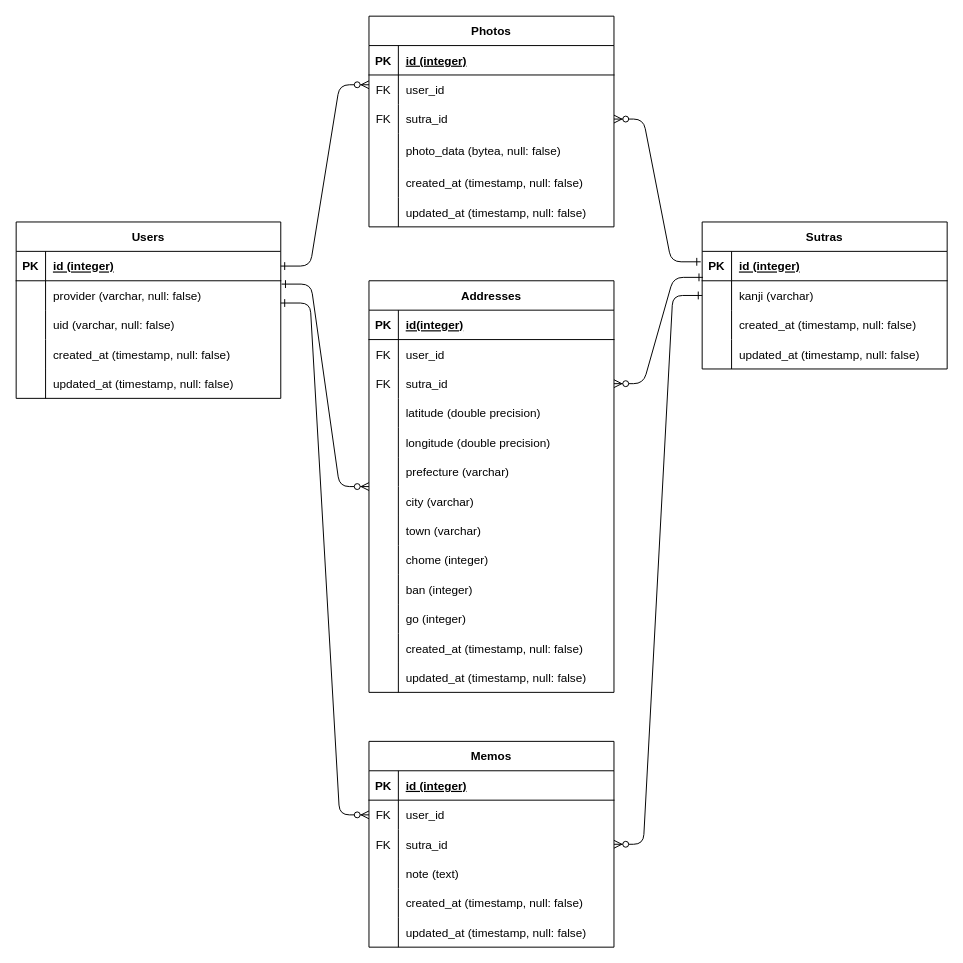
The draw.io diagram outdoor-heart-sutra.drawio in shirotamaki/entity-relationship-diagram, before the edit. Source tidied: cells renumbered, new cells numbered last; positions are measured from the earlier drawing's top-left corner, leaving out a move shared by most shapes. Both pictures are drawn from the tidied source at 98%, with x=0, y=0 at pixel (16, 16).
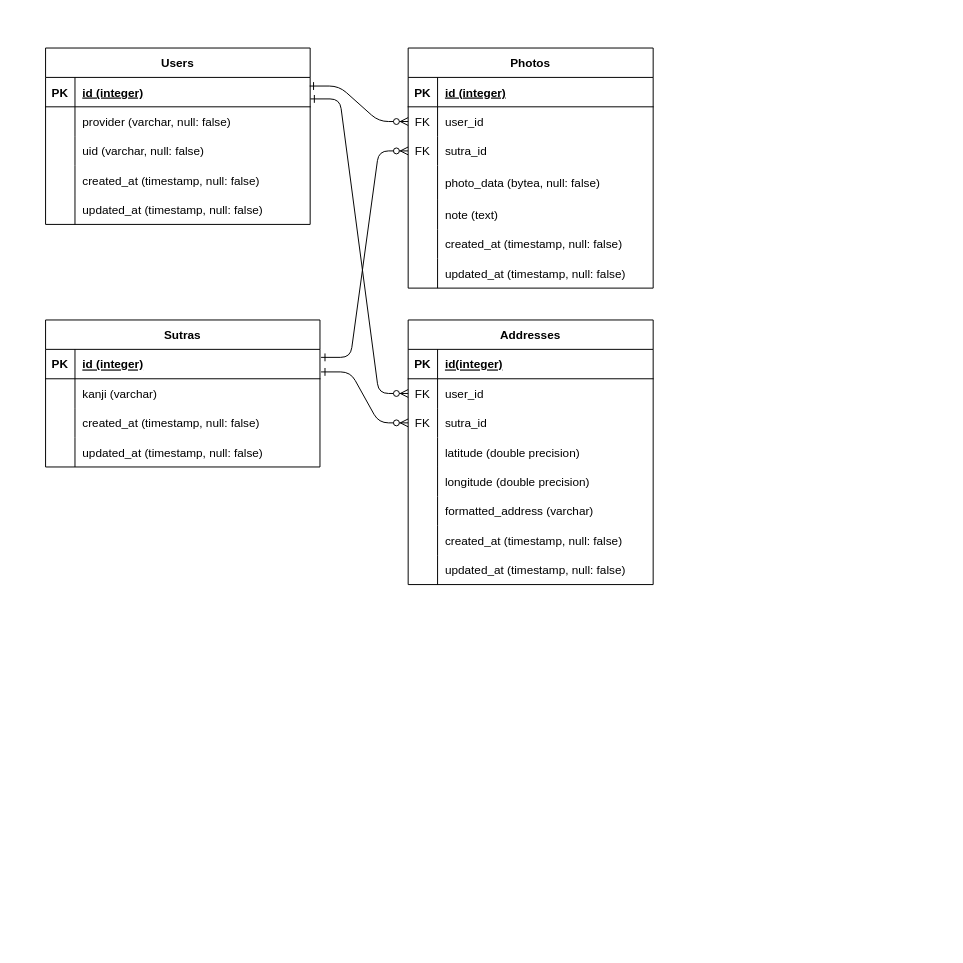
After the change.

Commit message:
outdoor-heart-sutra.drawio を更新します

The change refers to these unchanged cells:
```xml
<mxCell id="6" style="shape=partialRectangle;fillColor=none;points=[[0,0.5],[1,0.5]];portConstraint=eastwest;top=0;left=0;right=0;bottom=0;" parent="2" vertex="1">
  <mxGeometry y="60" width="250" height="30" as="geometry" />
</mxCell>
<mxCell id="9" style="shape=partialRectangle;fillColor=none;points=[[0,0.5],[1,0.5]];portConstraint=eastwest;top=0;left=0;right=0;bottom=0;" parent="2" vertex="1">
  <mxGeometry y="90" width="250" height="30" as="geometry" />
</mxCell>
<mxCell id="15" style="shape=partialRectangle;fillColor=none;top=0;left=0;right=0;bottom=0;" parent="2" vertex="1">
  <mxGeometry y="155" width="250" height="30" as="geometry" />
</mxCell>
<mxCell id="18" style="shape=partialRectangle;fillColor=none;top=0;left=0;right=0;bottom=0;" parent="2" vertex="1">
  <mxGeometry y="185" width="250" height="30" as="geometry" />
</mxCell>
<mxCell id="25" style="shape=partialRectangle;fillColor=none;points=[[0,0.5],[1,0.5]];portConstraint=eastwest;top=0;left=0;right=0;bottom=0;" parent="21" vertex="1">
  <mxGeometry y="60" width="250" height="30" as="geometry" />
</mxCell>
<mxCell id="28" style="shape=partialRectangle;fillColor=none;points=[[0,0.5],[1,0.5]];portConstraint=eastwest;top=0;left=0;right=0;bottom=0;" parent="21" vertex="1">
  <mxGeometry y="90" width="250" height="30" as="geometry" />
</mxCell>
<mxCell id="37" style="shape=partialRectangle;fillColor=none;top=0;left=0;right=0;bottom=0;" parent="21" vertex="1">
  <mxGeometry y="180" width="250" height="30" as="geometry" />
</mxCell>
<mxCell id="62" style="shape=partialRectangle;fillColor=none;points=[[0,0.5],[1,0.5]];portConstraint=eastwest;top=0;left=0;right=0;bottom=1;" parent="61" vertex="1">
  <mxGeometry y="30" width="270" height="30" as="geometry" />
</mxCell>
```

What changed in the source:
```diff
@@
     <mxCell id="2" value="Photos" style="shape=table;startSize=30;childLayout=tableLayout;rowLines=0;fontStyle=1;align=center;" parent="1" vertex="1">
-      <mxGeometry x="360" width="250" height="215" as="geometry" />
+      <mxGeometry x="400" y="32.5" width="250" height="245" as="geometry" />
     </mxCell>
@@
-    <mxCell id="17" value="created_at (timestamp, null: false)" style="shape=partialRectangle;overflow=hidden;fillColor=none;top=0;left=0;bottom=0;right=0;align=left;spacingLeft=6;" parent="15" vertex="1">
+    <mxCell id="17" value="note (text)" style="shape=partialRectangle;overflow=hidden;fillColor=none;top=0;left=0;bottom=0;right=0;align=left;spacingLeft=6;" parent="15" vertex="1">
       <mxGeometry x="30" width="220" height="30" as="geometry" />
     </mxCell>
@@
-    <mxCell id="20" value="updated_at (timestamp, null: false)" style="shape=partialRectangle;overflow=hidden;fillColor=none;top=0;left=0;bottom=0;right=0;align=left;spacingLeft=6;" parent="18" vertex="1">
+    <mxCell id="20" value="created_at (timestamp, null: false)" style="shape=partialRectangle;overflow=hidden;fillColor=none;top=0;left=0;bottom=0;right=0;align=left;spacingLeft=6;" parent="18" vertex="1">
       <mxGeometry x="30" width="220" height="30" as="geometry" />
     </mxCell>
+    <mxCell id="115" style="shape=partialRectangle;fillColor=none;top=0;left=0;right=0;bottom=0;" parent="2" vertex="1">
+      <mxGeometry y="215" width="250" height="30" as="geometry" />
+    </mxCell>
+    <mxCell id="116" style="shape=partialRectangle;overflow=hidden;fillColor=none;top=0;left=0;bottom=0;right=0;" parent="115" vertex="1">
+      <mxGeometry width="30" height="30" as="geometry" />
+    </mxCell>
+    <mxCell id="109" value="updated_at (timestamp, null: false)" style="shape=partialRectangle;overflow=hidden;fillColor=none;top=0;left=0;bottom=0;right=0;align=left;spacingLeft=6;" parent="115" vertex="1">
+      <mxGeometry x="30" width="220" height="30" as="geometry" />
+    </mxCell>
     <mxCell id="21" value="Addresses" style="shape=table;startSize=30;childLayout=tableLayout;rowLines=0;fontStyle=1;align=center;" parent="1" vertex="1">
-      <mxGeometry x="360" y="270" width="250" height="420" as="geometry" />
+      <mxGeometry x="400" y="310" width="250" height="270" as="geometry" />
     </mxCell>
@@
-    <mxCell id="39" value="prefecture (varchar)" style="shape=partialRectangle;overflow=hidden;fillColor=none;top=0;left=0;bottom=0;right=0;align=left;spacingLeft=6;" parent="37" vertex="1">
+    <mxCell id="39" value="formatted_address (varchar)" style="shape=partialRectangle;overflow=hidden;fillColor=none;top=0;left=0;bottom=0;right=0;align=left;spacingLeft=6;" parent="37" vertex="1">
       <mxGeometry x="30" width="220" height="30" as="geometry" />
     </mxCell>
-    <mxCell id="40" style="shape=partialRectangle;fillColor=none;top=0;left=0;right=0;bottom=0;" parent="21" vertex="1">
-      <mxGeometry y="210" width="250" height="30" as="geometry" />
-    </mxCell>
-    <mxCell id="41" style="shape=partialRectangle;overflow=hidden;fillColor=none;top=0;left=0;bottom=0;right=0;" parent="40" vertex="1">
-      <mxGeometry width="30" height="30" as="geometry" />
-    </mxCell>
-    <mxCell id="42" value="city (varchar)" style="shape=partialRectangle;overflow=hidden;fillColor=none;top=0;left=0;bottom=0;right=0;align=left;spacingLeft=6;" parent="40" vertex="1">
-      <mxGeometry x="30" width="220" height="30" as="geometry" />
-    </mxCell>
-    <mxCell id="43" style="shape=partialRectangle;fillColor=none;top=0;left=0;right=0;bottom=0;" parent="21" vertex="1">
-      <mxGeometry y="240" width="250" height="30" as="geometry" />
-    </mxCell>
-    <mxCell id="44" style="shape=partialRectangle;overflow=hidden;fillColor=none;top=0;left=0;bottom=0;right=0;" parent="43" vertex="1">
-      <mxGeometry width="30" height="30" as="geometry" />
-    </mxCell>
-    <mxCell id="45" value="town (varchar)" style="shape=partialRectangle;overflow=hidden;fillColor=none;top=0;left=0;bottom=0;right=0;align=left;spacingLeft=6;" parent="43" vertex="1">
-      <mxGeometry x="30" width="220" height="30" as="geometry" />
-    </mxCell>
-    <mxCell id="46" style="shape=partialRectangle;fillColor=none;top=0;left=0;right=0;bottom=0;" parent="21" vertex="1">
-      <mxGeometry y="270" width="250" height="30" as="geometry" />
-    </mxCell>
-    <mxCell id="47" style="shape=partialRectangle;overflow=hidden;fillColor=none;top=0;left=0;bottom=0;right=0;" parent="46" vertex="1">
-      <mxGeometry width="30" height="30" as="geometry" />
-    </mxCell>
-    <mxCell id="48" value="chome (integer)" style="shape=partialRectangle;overflow=hidden;fillColor=none;top=0;left=0;bottom=0;right=0;align=left;spacingLeft=6;" parent="46" vertex="1">
-      <mxGeometry x="30" width="220" height="30" as="geometry" />
-    </mxCell>
-    <mxCell id="49" style="shape=partialRectangle;fillColor=none;top=0;left=0;right=0;bottom=0;" parent="21" vertex="1">
-      <mxGeometry y="300" width="250" height="30" as="geometry" />
-    </mxCell>
-    <mxCell id="50" style="shape=partialRectangle;overflow=hidden;fillColor=none;top=0;left=0;bottom=0;right=0;" parent="49" vertex="1">
-      <mxGeometry width="30" height="30" as="geometry" />
-    </mxCell>
-    <mxCell id="51" value="ban (integer)" style="shape=partialRectangle;overflow=hidden;fillColor=none;top=0;left=0;bottom=0;right=0;align=left;spacingLeft=6;" parent="49" vertex="1">
-      <mxGeometry x="30" width="220" height="30" as="geometry" />
-    </mxCell>
-    <mxCell id="52" style="shape=partialRectangle;fillColor=none;top=0;left=0;right=0;bottom=0;" parent="21" vertex="1">
-      <mxGeometry y="330" width="250" height="30" as="geometry" />
-    </mxCell>
-    <mxCell id="53" style="shape=partialRectangle;overflow=hidden;fillColor=none;top=0;left=0;bottom=0;right=0;" parent="52" vertex="1">
-      <mxGeometry width="30" height="30" as="geometry" />
-    </mxCell>
-    <mxCell id="54" value="go (integer)" style="shape=partialRectangle;overflow=hidden;fillColor=none;top=0;left=0;bottom=0;right=0;align=left;spacingLeft=6;" parent="52" vertex="1">
-      <mxGeometry x="30" width="220" height="30" as="geometry" />
-    </mxCell>
     <mxCell id="55" style="shape=partialRectangle;fillColor=none;top=0;left=0;right=0;bottom=0;" parent="21" vertex="1">
-      <mxGeometry y="360" width="250" height="30" as="geometry" />
+      <mxGeometry y="210" width="250" height="30" as="geometry" />
     </mxCell>
@@
     <mxCell id="58" style="shape=partialRectangle;fillColor=none;top=0;left=0;right=0;bottom=0;" parent="21" vertex="1">
-      <mxGeometry y="390" width="250" height="30" as="geometry" />
+      <mxGeometry y="240" width="250" height="30" as="geometry" />
     </mxCell>
@@
     <mxCell id="61" value="Users" style="shape=table;startSize=30;childLayout=tableLayout;rowLines=0;fontStyle=1;align=center;" parent="1" vertex="1">
-      <mxGeometry y="210" width="270" height="180" as="geometry" />
+      <mxGeometry x="30" y="32.5" width="270" height="180" as="geometry" />
     </mxCell>
@@
     <mxCell id="77" value="Sutras" style="shape=table;startSize=30;childLayout=tableLayout;rowLines=0;fontStyle=1;align=center;" parent="1" vertex="1">
-      <mxGeometry x="700" y="210" width="250" height="150" as="geometry" />
+      <mxGeometry x="30" y="310" width="280" height="150" as="geometry" />
     </mxCell>
     <mxCell id="78" style="shape=partialRectangle;fillColor=none;points=[[0,0.5],[1,0.5]];portConstraint=eastwest;top=0;left=0;right=0;bottom=1;" parent="77" vertex="1">
-      <mxGeometry y="30" width="250" height="30" as="geometry" />
+      <mxGeometry y="30" width="280" height="30" as="geometry" />
     </mxCell>
@@
     <mxCell id="80" value="id (integer)" style="shape=partialRectangle;overflow=hidden;fillColor=none;top=0;left=0;bottom=0;right=0;align=left;spacingLeft=6;fontStyle=5;" parent="78" vertex="1">
-      <mxGeometry x="30" width="220" height="30" as="geometry" />
+      <mxGeometry x="30" width="250" height="30" as="geometry" />
     </mxCell>
     <mxCell id="81" style="shape=partialRectangle;fillColor=none;points=[[0,0.5],[1,0.5]];portConstraint=eastwest;top=0;left=0;right=0;bottom=0;" parent="77" vertex="1">
-      <mxGeometry y="60" width="250" height="30" as="geometry" />
+      <mxGeometry y="60" width="280" height="30" as="geometry" />
     </mxCell>
@@
     <mxCell id="83" value="kanji (varchar)" style="shape=partialRectangle;overflow=hidden;fillColor=none;top=0;left=0;bottom=0;right=0;align=left;spacingLeft=6;" parent="81" vertex="1">
-      <mxGeometry x="30" width="220" height="30" as="geometry" />
+      <mxGeometry x="30" width="250" height="30" as="geometry" />
     </mxCell>
     <mxCell id="84" style="shape=partialRectangle;fillColor=none;top=0;left=0;right=0;bottom=0;" parent="77" vertex="1">
-      <mxGeometry y="90" width="250" height="30" as="geometry" />
+      <mxGeometry y="90" width="280" height="30" as="geometry" />
     </mxCell>
@@
     <mxCell id="86" value="created_at (timestamp, null: false)" style="shape=partialRectangle;overflow=hidden;fillColor=none;top=0;left=0;bottom=0;right=0;align=left;spacingLeft=6;" parent="84" vertex="1">
-      <mxGeometry x="30" width="220" height="30" as="geometry" />
+      <mxGeometry x="30" width="250" height="30" as="geometry" />
     </mxCell>
     <mxCell id="87" style="shape=partialRectangle;fillColor=none;top=0;left=0;right=0;bottom=0;" parent="77" vertex="1">
-      <mxGeometry y="120" width="250" height="30" as="geometry" />
+      <mxGeometry y="120" width="280" height="30" as="geometry" />
     </mxCell>
@@
     <mxCell id="89" value="updated_at (timestamp, null: false)" style="shape=partialRectangle;overflow=hidden;fillColor=none;top=0;left=0;bottom=0;right=0;align=left;spacingLeft=6;" parent="87" vertex="1">
-      <mxGeometry x="30" width="220" height="30" as="geometry" />
+      <mxGeometry x="30" width="250" height="30" as="geometry" />
     </mxCell>
-    <mxCell id="90" style="edgeStyle=entityRelationEdgeStyle;endArrow=ERzeroToMany;startArrow=ERone;endFill=1;startFill=0;exitX=1;exitY=0.5;exitDx=0;exitDy=0;entryX=0;entryY=0.333;entryDx=0;entryDy=0;entryPerimeter=0;" parent="1" edge="1" source="62" target="6">
+    <mxCell id="90" style="edgeStyle=entityRelationEdgeStyle;endArrow=ERzeroToMany;startArrow=ERone;endFill=1;startFill=0;exitX=0.998;exitY=0.293;exitDx=0;exitDy=0;entryX=0;entryY=0.5;entryDx=0;entryDy=0;exitPerimeter=0;" parent="1" edge="1" source="62" target="6">
       <mxGeometry relative="1" as="geometry" />
     </mxCell>
-    <mxCell id="91" value="Memos" style="shape=table;startSize=30;childLayout=tableLayout;rowLines=0;fontStyle=1;align=center;" parent="1" vertex="1">
-      <mxGeometry x="360" y="740" width="250" height="210" as="geometry" />
-    </mxCell>
-    <mxCell id="92" style="shape=partialRectangle;fillColor=none;top=0;left=0;right=0;bottom=1;" parent="91" vertex="1">
-      <mxGeometry y="30" width="250" height="30" as="geometry" />
-    </mxCell>
-    <mxCell id="93" value="PK" style="shape=partialRectangle;overflow=hidden;fillColor=none;top=0;left=0;bottom=0;right=0;fontStyle=1;" parent="92" vertex="1">
-      <mxGeometry width="30" height="30" as="geometry" />
-    </mxCell>
-    <mxCell id="94" value="id (integer) " style="shape=partialRectangle;overflow=hidden;fillColor=none;top=0;left=0;bottom=0;right=0;align=left;spacingLeft=6;fontStyle=5;" parent="92" vertex="1">
-      <mxGeometry x="30" width="220" height="30" as="geometry" />
-    </mxCell>
-    <mxCell id="95" style="shape=partialRectangle;fillColor=none;points=[[0,0.5],[1,0.5]];portConstraint=eastwest;top=0;left=0;right=0;bottom=0;" parent="91" vertex="1">
-      <mxGeometry y="60" width="250" height="30" as="geometry" />
-    </mxCell>
-    <mxCell id="96" value="FK" style="shape=partialRectangle;overflow=hidden;fillColor=none;top=0;left=0;bottom=0;right=0;" parent="95" vertex="1">
-      <mxGeometry width="30" height="30" as="geometry" />
-    </mxCell>
-    <mxCell id="97" value="user_id" style="shape=partialRectangle;overflow=hidden;fillColor=none;top=0;left=0;bottom=0;right=0;align=left;spacingLeft=6;" parent="95" vertex="1">
-      <mxGeometry x="30" width="220" height="30" as="geometry" />
-    </mxCell>
-    <mxCell id="98" style="shape=partialRectangle;fillColor=none;points=[[0,0.5],[1,0.5]];portConstraint=eastwest;top=0;left=0;right=0;bottom=0;" parent="91" vertex="1">
-      <mxGeometry y="90" width="250" height="30" as="geometry" />
-    </mxCell>
-    <mxCell id="99" value="FK" style="shape=partialRectangle;overflow=hidden;fillColor=none;top=0;left=0;bottom=0;right=0;" parent="98" vertex="1">
-      <mxGeometry width="30" height="30" as="geometry" />
-    </mxCell>
-    <mxCell id="100" value="sutra_id" style="shape=partialRectangle;overflow=hidden;fillColor=none;top=0;left=0;bottom=0;right=0;align=left;spacingLeft=6;" parent="98" vertex="1">
-      <mxGeometry x="30" width="220" height="30" as="geometry" />
-    </mxCell>
-    <mxCell id="101" style="shape=partialRectangle;fillColor=none;top=0;left=0;right=0;bottom=0;" parent="91" vertex="1">
-      <mxGeometry y="120" width="250" height="30" as="geometry" />
-    </mxCell>
-    <mxCell id="102" style="shape=partialRectangle;overflow=hidden;fillColor=none;top=0;left=0;bottom=0;right=0;" parent="101" vertex="1">
-      <mxGeometry width="30" height="30" as="geometry" />
-    </mxCell>
-    <mxCell id="103" value="note (text)" style="shape=partialRectangle;overflow=hidden;fillColor=none;top=0;left=0;bottom=0;right=0;align=left;spacingLeft=6;" parent="101" vertex="1">
-      <mxGeometry x="30" width="220" height="30" as="geometry" />
-    </mxCell>
-    <mxCell id="104" style="shape=partialRectangle;fillColor=none;top=0;left=0;right=0;bottom=0;" parent="91" vertex="1">
-      <mxGeometry y="150" width="250" height="30" as="geometry" />
-    </mxCell>
-    <mxCell id="105" style="shape=partialRectangle;overflow=hidden;fillColor=none;top=0;left=0;bottom=0;right=0;" parent="104" vertex="1">
-      <mxGeometry width="30" height="30" as="geometry" />
-    </mxCell>
-    <mxCell id="106" value="created_at (timestamp, null: false)" style="shape=partialRectangle;overflow=hidden;fillColor=none;top=0;left=0;bottom=0;right=0;align=left;spacingLeft=6;" parent="104" vertex="1">
-      <mxGeometry x="30" width="220" height="30" as="geometry" />
-    </mxCell>
-    <mxCell id="107" style="shape=partialRectangle;fillColor=none;top=0;left=0;right=0;bottom=0;" parent="91" vertex="1">
-      <mxGeometry y="180" width="250" height="30" as="geometry" />
-    </mxCell>
-    <mxCell id="108" style="shape=partialRectangle;overflow=hidden;fillColor=none;top=0;left=0;bottom=0;right=0;" parent="107" vertex="1">
-      <mxGeometry width="30" height="30" as="geometry" />
-    </mxCell>
-    <mxCell id="109" value="updated_at (timestamp, null: false)" style="shape=partialRectangle;overflow=hidden;fillColor=none;top=0;left=0;bottom=0;right=0;align=left;spacingLeft=6;" parent="107" vertex="1">
-      <mxGeometry x="30" width="220" height="30" as="geometry" />
-    </mxCell>
-    <mxCell id="110" style="edgeStyle=entityRelationEdgeStyle;endArrow=ERzeroToMany;startArrow=ERone;endFill=1;startFill=0;exitX=1.008;exitY=0.114;exitDx=0;exitDy=0;exitPerimeter=0;entryX=0;entryY=0.5;entryDx=0;entryDy=0;" parent="1" edge="1" target="21">
-      <mxGeometry relative="1" as="geometry">
-        <mxPoint x="270.8" y="273.4" as="sourcePoint" />
-      </mxGeometry>
+    <mxCell id="110" style="edgeStyle=entityRelationEdgeStyle;endArrow=ERzeroToMany;startArrow=ERone;endFill=1;startFill=0;entryX=0;entryY=0.5;entryDx=0;entryDy=0;exitX=1.001;exitY=0.731;exitDx=0;exitDy=0;exitPerimeter=0;" parent="1" edge="1" source="62" target="25">
+      <mxGeometry relative="1" as="geometry" />
     </mxCell>
-    <mxCell id="111" style="edgeStyle=entityRelationEdgeStyle;endArrow=ERzeroToMany;startArrow=ERone;endFill=1;startFill=0;exitX=1;exitY=0.758;exitDx=0;exitDy=0;exitPerimeter=0;entryX=0;entryY=0.5;entryDx=0;entryDy=0;" parent="1" edge="1" target="95">
-      <mxGeometry relative="1" as="geometry">
-        <mxPoint x="270" y="292.7" as="sourcePoint" />
-      </mxGeometry>
-    </mxCell>
-    <mxCell id="112" style="edgeStyle=entityRelationEdgeStyle;endArrow=ERzeroToMany;startArrow=ERone;endFill=1;startFill=0;exitX=-0.006;exitY=0.355;exitDx=0;exitDy=0;exitPerimeter=0;entryX=1;entryY=0.5;entryDx=0;entryDy=0;" parent="1" edge="1" source="78" target="9">
+    <mxCell id="112" style="edgeStyle=entityRelationEdgeStyle;endArrow=ERzeroToMany;startArrow=ERone;endFill=1;startFill=0;exitX=1.004;exitY=0.272;exitDx=0;exitDy=0;entryX=0;entryY=0.5;entryDx=0;entryDy=0;exitPerimeter=0;" parent="1" edge="1" source="78" target="9">
       <mxGeometry relative="1" as="geometry" />
     </mxCell>
-    <mxCell id="113" style="edgeStyle=entityRelationEdgeStyle;endArrow=ERzeroToMany;startArrow=ERone;endFill=1;startFill=0;exitX=0.003;exitY=-0.116;exitDx=0;exitDy=0;exitPerimeter=0;" parent="1" edge="1" source="81" target="28">
+    <mxCell id="113" style="edgeStyle=entityRelationEdgeStyle;endArrow=ERzeroToMany;startArrow=ERone;endFill=1;startFill=0;exitX=1.004;exitY=0.767;exitDx=0;exitDy=0;exitPerimeter=0;" parent="1" edge="1" source="78" target="28">
       <mxGeometry relative="1" as="geometry" />
     </mxCell>
-    <mxCell id="114" style="edgeStyle=entityRelationEdgeStyle;endArrow=ERzeroToMany;startArrow=ERone;endFill=1;startFill=0;exitX=0;exitY=0.5;exitDx=0;exitDy=0;entryX=1;entryY=0.5;entryDx=0;entryDy=0;" parent="1" edge="1" source="81" target="98">
-      <mxGeometry relative="1" as="geometry" />
-    </mxCell>
```
